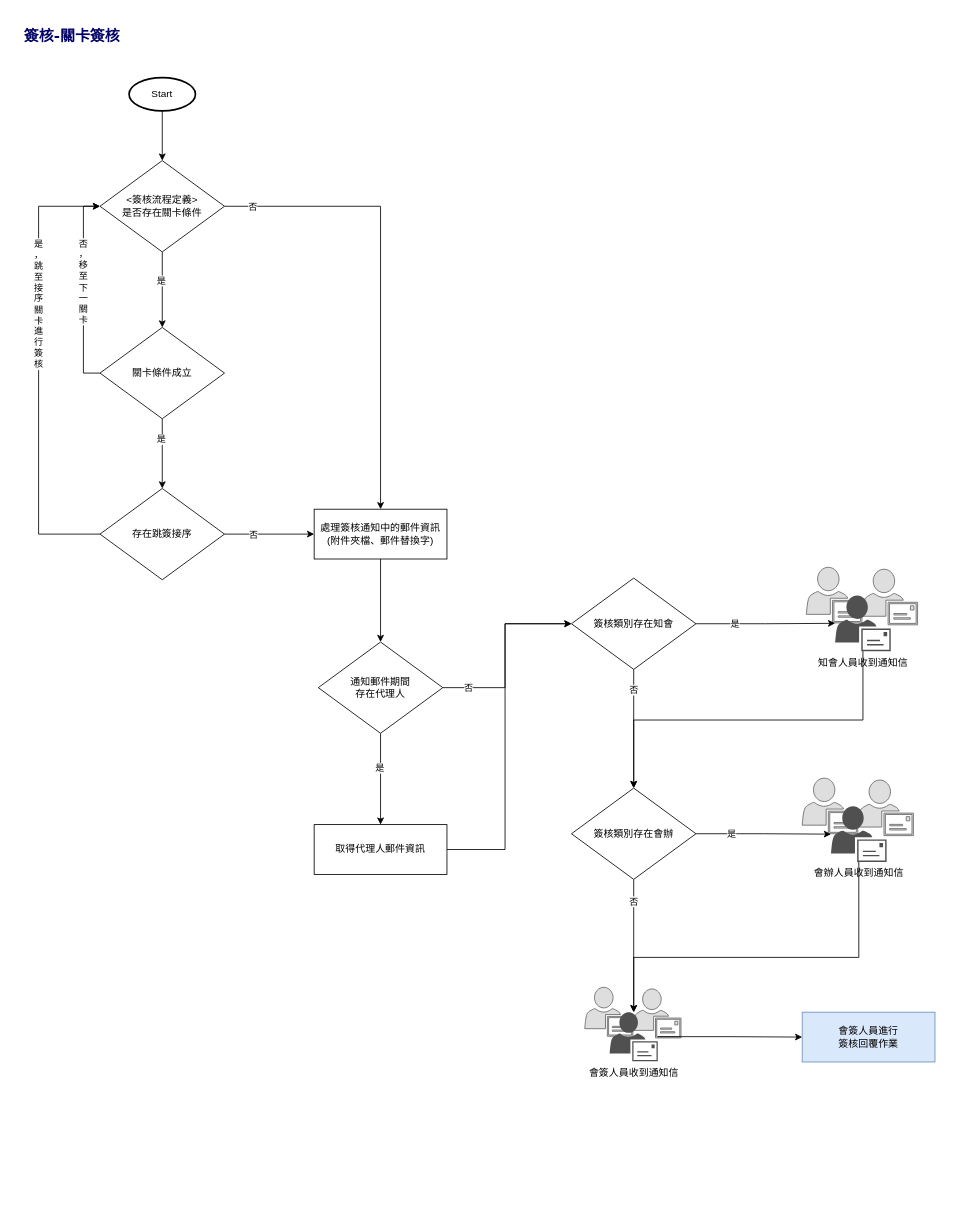
This is page "關卡簽核" (3 of 4) of 8.10.2/RTE/SYSTEM/SIGNOFF/attachment/簽核流程.drawio from ArcareRD/sadocs, a draw.io file, before an edit. Source tidied: cells renumbered, new cells numbered last; positions are measured from the earlier drawing's top-left corner, leaving out a move shared by most shapes. Both pictures are drawn from the tidied source at 83%, with x=0, y=0 at pixel (14, 14).
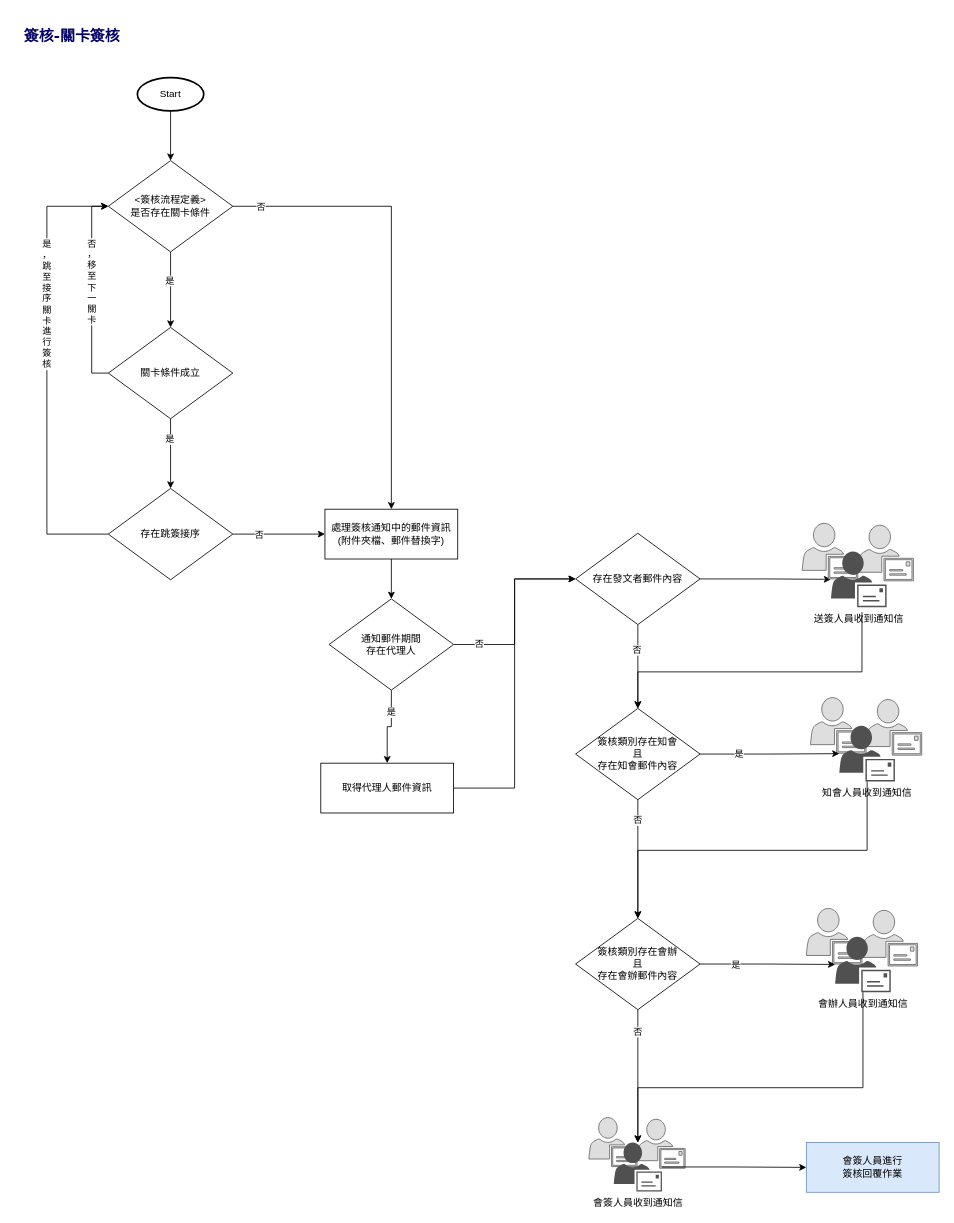
The same diagram, later.

Unchanged cells that the change refers to:
```xml
<mxCell id="25" value="會簽人員收到通知信" style="sketch=0;shadow=0;dashed=0;html=1;strokeColor=none;fillColor=#505050;labelPosition=center;verticalLabelPosition=bottom;verticalAlign=top;outlineConnect=0;align=center;shape=mxgraph.office.users.mail_user;strokeWidth=1;" parent="22" vertex="1">
  <mxGeometry x="30" y="30" width="58" height="59" as="geometry" />
</mxCell>
<mxCell id="29" value="會辦人員收到通知信" style="sketch=0;shadow=0;dashed=0;html=1;strokeColor=none;fillColor=#505050;labelPosition=center;verticalLabelPosition=bottom;verticalAlign=top;outlineConnect=0;align=center;shape=mxgraph.office.users.mail_user;strokeWidth=1;" parent="26" vertex="1">
  <mxGeometry x="34.7" y="34" width="67" height="67" as="geometry" />
</mxCell>
<mxCell id="33" value="知會人員收到通知信" style="sketch=0;shadow=0;dashed=0;html=1;strokeColor=none;fillColor=#505050;labelPosition=center;verticalLabelPosition=bottom;verticalAlign=top;outlineConnect=0;align=center;shape=mxgraph.office.users.mail_user;strokeWidth=1;" parent="30" vertex="1">
  <mxGeometry x="34.7" y="34" width="67" height="67" as="geometry" />
</mxCell>
<mxCell id="48" style="edgeStyle=orthogonalEdgeStyle;rounded=0;jettySize=auto;html=1;entryX=0.5;entryY=0;entryDx=0;entryDy=0;strokeColor=#000000;strokeWidth=1;fontColor=#000000;endArrow=classic;endFill=1;" parent="1" edge="1" source="50" target="52">
  <mxGeometry relative="1" as="geometry" />
</mxCell>
```

The edit, as a diff of the source:
```diff
@@
     <mxCell id="3" value="處理簽核通知中的郵件資訊&lt;br&gt;(附件夾檔、郵件替換字)" style="rounded=0;whiteSpace=wrap;html=1;" parent="1" vertex="1">
-      <mxGeometry x="361" y="596" width="160" height="60" as="geometry" />
+      <mxGeometry x="374" y="596" width="160" height="60" as="geometry" />
     </mxCell>
@@
-    <mxCell id="6" style="edgeStyle=orthogonalEdgeStyle;rounded=0;jettySize=auto;html=1;entryX=0.5;entryY=0;entryDx=0;entryDy=0;strokeColor=#000000;strokeWidth=1;fontColor=#000000;endArrow=classic;endFill=1;" parent="1" edge="1" source="8" target="3">
+    <mxCell id="6" style="edgeStyle=orthogonalEdgeStyle;rounded=0;jettySize=auto;html=1;strokeColor=#000000;strokeWidth=1;fontColor=#000000;endArrow=classic;endFill=1;entryX=0.5;entryY=0;entryDx=0;entryDy=0;" parent="1" edge="1" source="8" target="3">
       <mxGeometry relative="1" as="geometry" />
     </mxCell>
@@
     <mxCell id="8" value="&amp;lt;簽核流程定義&amp;gt;&lt;br&gt;是否存在關卡條件" style="rhombus;whiteSpace=wrap;html=1;" parent="1" vertex="1">
-      <mxGeometry x="103" y="176" width="150" height="110" as="geometry" />
+      <mxGeometry x="113" y="176" width="150" height="110" as="geometry" />
     </mxCell>
@@
     <mxCell id="13" value="關卡條件成立" style="rhombus;whiteSpace=wrap;html=1;" parent="1" vertex="1">
-      <mxGeometry x="103" y="377" width="150" height="110" as="geometry" />
+      <mxGeometry x="113" y="377" width="150" height="110" as="geometry" />
     </mxCell>
-    <mxCell id="14" style="edgeStyle=orthogonalEdgeStyle;rounded=0;jettySize=auto;html=1;" parent="1" edge="1" source="18" target="3">
+    <mxCell id="14" style="edgeStyle=orthogonalEdgeStyle;rounded=0;jettySize=auto;html=1;entryX=0;entryY=0.5;entryDx=0;entryDy=0;" parent="1" edge="1" source="18" target="3">
       <mxGeometry relative="1" as="geometry" />
     </mxCell>
-    <mxCell id="15" value="否" style="edgeLabel;html=1;align=center;verticalAlign=middle;" parent="14" vertex="1">
-      <mxGeometry x="-0.24" y="-1" relative="1" as="geometry">
-        <mxPoint x="-7" y="-1" as="offset" />
-      </mxGeometry>
-    </mxCell>
+    <mxCell id="55" value="否" style="edgeLabel;html=1;align=center;verticalAlign=middle;" parent="14" vertex="1">
+      <mxGeometry x="-0.29" relative="1" as="geometry">
+        <mxPoint x="-8" as="offset" />
+      </mxGeometry>
+    </mxCell>
     <mxCell id="16" style="edgeStyle=orthogonalEdgeStyle;rounded=0;jettySize=auto;html=1;entryX=0;entryY=0.5;entryDx=0;entryDy=0;exitX=0;exitY=0.5;exitDx=0;exitDy=0;" parent="1" edge="1" source="18" target="8">
       <mxGeometry relative="1" as="geometry">
         <Array as="points">
-          <mxPoint x="29" y="626" />
-          <mxPoint x="29" y="231" />
+          <mxPoint x="39" y="626" />
+          <mxPoint x="39" y="231" />
         </Array>
       </mxGeometry>
     </mxCell>
@@
     <mxCell id="18" value="存在跳簽接序" style="rhombus;whiteSpace=wrap;html=1;" parent="1" vertex="1">
-      <mxGeometry x="103" y="571" width="150" height="110" as="geometry" />
+      <mxGeometry x="113" y="571" width="150" height="110" as="geometry" />
     </mxCell>
     <mxCell id="19" value="會簽人員進行&lt;br&gt;簽核回覆作業" style="rounded=0;whiteSpace=wrap;html=1;fillColor=#dae8fc;strokeColor=#6c8ebf;" parent="1" vertex="1">
-      <mxGeometry x="949" y="1202" width="160" height="60" as="geometry" />
+      <mxGeometry x="954" y="1359" width="160" height="60" as="geometry" />
     </mxCell>
@@
     <mxCell id="21" value="Start" style="strokeWidth=2;html=1;shape=mxgraph.flowchart.start_1;whiteSpace=wrap;" parent="1" vertex="1">
-      <mxGeometry x="138" y="76" width="80" height="40" as="geometry" />
+      <mxGeometry x="148" y="76" width="80" height="40" as="geometry" />
     </mxCell>
     <mxCell id="22" style="group;" parent="1" vertex="1">
-      <mxGeometry x="687" y="1172" width="116" height="89" as="geometry" />
+      <mxGeometry x="692" y="1329" width="116" height="89" as="geometry" />
     </mxCell>
@@
     <mxCell id="26" style="group;" parent="1" vertex="1">
-      <mxGeometry x="949" y="920" width="134" height="101" as="geometry" />
+      <mxGeometry x="954" y="1077" width="134" height="101" as="geometry" />
     </mxCell>
@@
     <mxCell id="30" style="group;" parent="1" vertex="1">
-      <mxGeometry x="954" y="666" width="134" height="101" as="geometry" />
+      <mxGeometry x="959" y="823" width="134" height="101" as="geometry" />
     </mxCell>
@@
-    <mxCell id="38" value="簽核類別存在知會" style="rhombus;whiteSpace=wrap;html=1;" parent="1" vertex="1">
-      <mxGeometry x="671" y="679" width="150" height="110" as="geometry" />
+    <mxCell id="38" value="簽核類別存在知會&lt;br&gt;且&lt;br&gt;存在知會郵件內容" style="rhombus;whiteSpace=wrap;html=1;" parent="1" vertex="1">
+      <mxGeometry x="676" y="836" width="150" height="110" as="geometry" />
     </mxCell>
@@
-    <mxCell id="43" value="簽核類別存在會辦" style="rhombus;whiteSpace=wrap;html=1;" parent="1" vertex="1">
-      <mxGeometry x="671" y="932" width="150" height="110" as="geometry" />
+    <mxCell id="43" value="簽核類別存在會辦&lt;br&gt;且&lt;br&gt;存在會辦郵件內容" style="rhombus;whiteSpace=wrap;html=1;" parent="1" vertex="1">
+      <mxGeometry x="676" y="1089" width="150" height="110" as="geometry" />
     </mxCell>
@@
     <mxCell id="45" style="edgeStyle=orthogonalEdgeStyle;rounded=0;jettySize=auto;html=1;entryX=0.5;entryY=0;entryDx=0;entryDy=0;strokeColor=#000000;strokeWidth=1;fontColor=#000000;endArrow=classic;endFill=1;" parent="1" edge="1" source="33" target="43">
       <mxGeometry relative="1" as="geometry">
         <Array as="points">
-          <mxPoint x="1022" y="850" />
-          <mxPoint x="746" y="850" />
+          <mxPoint x="1027" y="1007" />
+          <mxPoint x="751" y="1007" />
         </Array>
       </mxGeometry>
     </mxCell>
-    <mxCell id="46" style="edgeStyle=orthogonalEdgeStyle;rounded=0;jettySize=auto;html=1;entryX=0;entryY=0.5;entryDx=0;entryDy=0;strokeColor=#000000;strokeWidth=1;fontColor=#000000;endArrow=classic;endFill=1;" parent="1" edge="1" source="50" target="38">
-      <mxGeometry relative="1" as="geometry">
-        <Array as="points">
-          <mxPoint x="591" y="811" />
-          <mxPoint x="591" y="734" />
-        </Array>
-      </mxGeometry>
-    </mxCell>
-    <mxCell id="47" value="否" style="edgeLabel;html=1;align=center;verticalAlign=middle;fontColor=#000000;" parent="46" vertex="1">
-      <mxGeometry x="-0.52" y="1" relative="1" as="geometry">
-        <mxPoint x="-26" as="offset" />
-      </mxGeometry>
-    </mxCell>
@@
     <mxCell id="49" value="是" style="edgeLabel;html=1;align=center;verticalAlign=middle;fontColor=#000000;" parent="48" vertex="1">
-      <mxGeometry x="-0.25" y="-2" relative="1" as="geometry" />
+      <mxGeometry x="-0.25" y="-2" relative="1" as="geometry">
+        <mxPoint x="1" y="-9" as="offset" />
+      </mxGeometry>
     </mxCell>
+    <mxCell id="56" style="edgeStyle=orthogonalEdgeStyle;rounded=0;jettySize=auto;html=1;entryX=0;entryY=0.5;entryDx=0;entryDy=0;strokeColor=#000000;strokeWidth=1;endArrow=classic;endFill=1;" parent="1" edge="1" source="50" target="62">
+      <mxGeometry relative="1" as="geometry" />
+    </mxCell>
+    <mxCell id="57" value="否" style="edgeLabel;html=1;align=center;verticalAlign=middle;" parent="56" vertex="1">
+      <mxGeometry x="-0.49" y="-1" relative="1" as="geometry">
+        <mxPoint x="-28" y="-2" as="offset" />
+      </mxGeometry>
+    </mxCell>
     <mxCell id="50" value="通知郵件期間&lt;br&gt;存在代理人" style="rhombus;whiteSpace=wrap;html=1;" parent="1" vertex="1">
-      <mxGeometry x="366" y="756" width="150" height="110" as="geometry" />
+      <mxGeometry x="379" y="704" width="150" height="110" as="geometry" />
     </mxCell>
-    <mxCell id="51" style="edgeStyle=orthogonalEdgeStyle;rounded=0;jettySize=auto;html=1;entryX=0;entryY=0.5;entryDx=0;entryDy=0;strokeColor=#000000;strokeWidth=1;fontColor=#000000;endArrow=classic;endFill=1;" parent="1" edge="1" source="52" target="38">
-      <mxGeometry relative="1" as="geometry">
-        <Array as="points">
-          <mxPoint x="591" y="1006" />
-          <mxPoint x="591" y="734" />
-        </Array>
-      </mxGeometry>
-    </mxCell>
+    <mxCell id="58" style="edgeStyle=orthogonalEdgeStyle;rounded=0;jettySize=auto;html=1;entryX=0;entryY=0.5;entryDx=0;entryDy=0;strokeColor=#000000;strokeWidth=1;endArrow=classic;endFill=1;" parent="1" edge="1" source="52" target="62">
+      <mxGeometry relative="1" as="geometry" />
+    </mxCell>
     <mxCell id="52" value="取得代理人郵件資訊" style="rounded=0;whiteSpace=wrap;html=1;" parent="1" vertex="1">
-      <mxGeometry x="361" y="976" width="160" height="60" as="geometry" />
+      <mxGeometry x="369" y="902" width="160" height="60" as="geometry" />
     </mxCell>
     <mxCell id="53" style="edgeStyle=orthogonalEdgeStyle;rounded=0;jettySize=auto;html=1;strokeColor=#000000;strokeWidth=1;fontColor=#000000;endArrow=classic;endFill=1;" parent="1" edge="1" source="29" target="25">
       <mxGeometry relative="1" as="geometry">
         <Array as="points">
-          <mxPoint x="1017" y="1136" />
-          <mxPoint x="746" y="1136" />
+          <mxPoint x="1022" y="1293" />
+          <mxPoint x="751" y="1293" />
         </Array>
       </mxGeometry>
     </mxCell>
@@
+    <mxCell id="59" style="edgeStyle=orthogonalEdgeStyle;rounded=0;jettySize=auto;html=1;strokeColor=#000000;strokeWidth=1;endArrow=classic;endFill=1;" parent="1" edge="1" source="62" target="38">
+      <mxGeometry relative="1" as="geometry" />
+    </mxCell>
+    <mxCell id="60" value="否" style="edgeLabel;html=1;align=center;verticalAlign=middle;" parent="59" vertex="1">
+      <mxGeometry x="-0.29" y="1" relative="1" as="geometry">
+        <mxPoint x="-3" y="-6" as="offset" />
+      </mxGeometry>
+    </mxCell>
+    <mxCell id="61" style="edgeStyle=orthogonalEdgeStyle;rounded=0;jettySize=auto;html=1;strokeColor=#000000;strokeWidth=1;endArrow=classic;endFill=1;" parent="1" edge="1" source="62" target="66">
+      <mxGeometry relative="1" as="geometry" />
+    </mxCell>
+    <mxCell id="62" value="存在發文者郵件內容" style="rhombus;whiteSpace=wrap;html=1;" parent="1" vertex="1">
+      <mxGeometry x="676" y="625" width="150" height="110" as="geometry" />
+    </mxCell>
+    <mxCell id="63" style="group;" parent="1" vertex="1">
+      <mxGeometry x="949" y="613" width="134" height="101" as="geometry" />
+    </mxCell>
+    <mxCell id="64" style="sketch=0;shadow=0;dashed=0;html=1;strokeColor=#666666;fillColor=#DEDEDE;labelPosition=center;verticalLabelPosition=bottom;verticalAlign=top;align=center;shape=mxgraph.office.users.mail_user;strokeWidth=1;fontColor=#333333;" parent="63" vertex="1">
+      <mxGeometry x="67" y="2.3" width="67" height="67" as="geometry" />
+    </mxCell>
+    <mxCell id="65" style="sketch=0;shadow=0;dashed=0;html=1;strokeColor=#666666;fillColor=#DEDEDE;labelPosition=center;verticalLabelPosition=bottom;verticalAlign=top;align=center;shape=mxgraph.office.users.mail_user;strokeWidth=1;fontColor=#333333;" parent="63" vertex="1">
+      <mxGeometry width="67" height="67" as="geometry" />
+    </mxCell>
+    <mxCell id="66" value="送簽人員收到通知信" style="sketch=0;shadow=0;dashed=0;html=1;strokeColor=none;fillColor=#505050;labelPosition=center;verticalLabelPosition=bottom;verticalAlign=top;outlineConnect=0;align=center;shape=mxgraph.office.users.mail_user;strokeWidth=1;" parent="63" vertex="1">
+      <mxGeometry x="34.7" y="34" width="67" height="67" as="geometry" />
+    </mxCell>
+    <mxCell id="67" style="edgeStyle=orthogonalEdgeStyle;rounded=0;jettySize=auto;html=1;entryX=0.5;entryY=0;entryDx=0;entryDy=0;strokeColor=#000000;strokeWidth=1;endArrow=classic;endFill=1;exitX=0.557;exitY=1.09;exitDx=0;exitDy=0;exitPerimeter=0;" parent="1" edge="1" source="66" target="38">
+      <mxGeometry relative="1" as="geometry">
+        <Array as="points">
+          <mxPoint x="1021" y="792" />
+          <mxPoint x="751" y="792" />
+        </Array>
+      </mxGeometry>
+    </mxCell>
```
